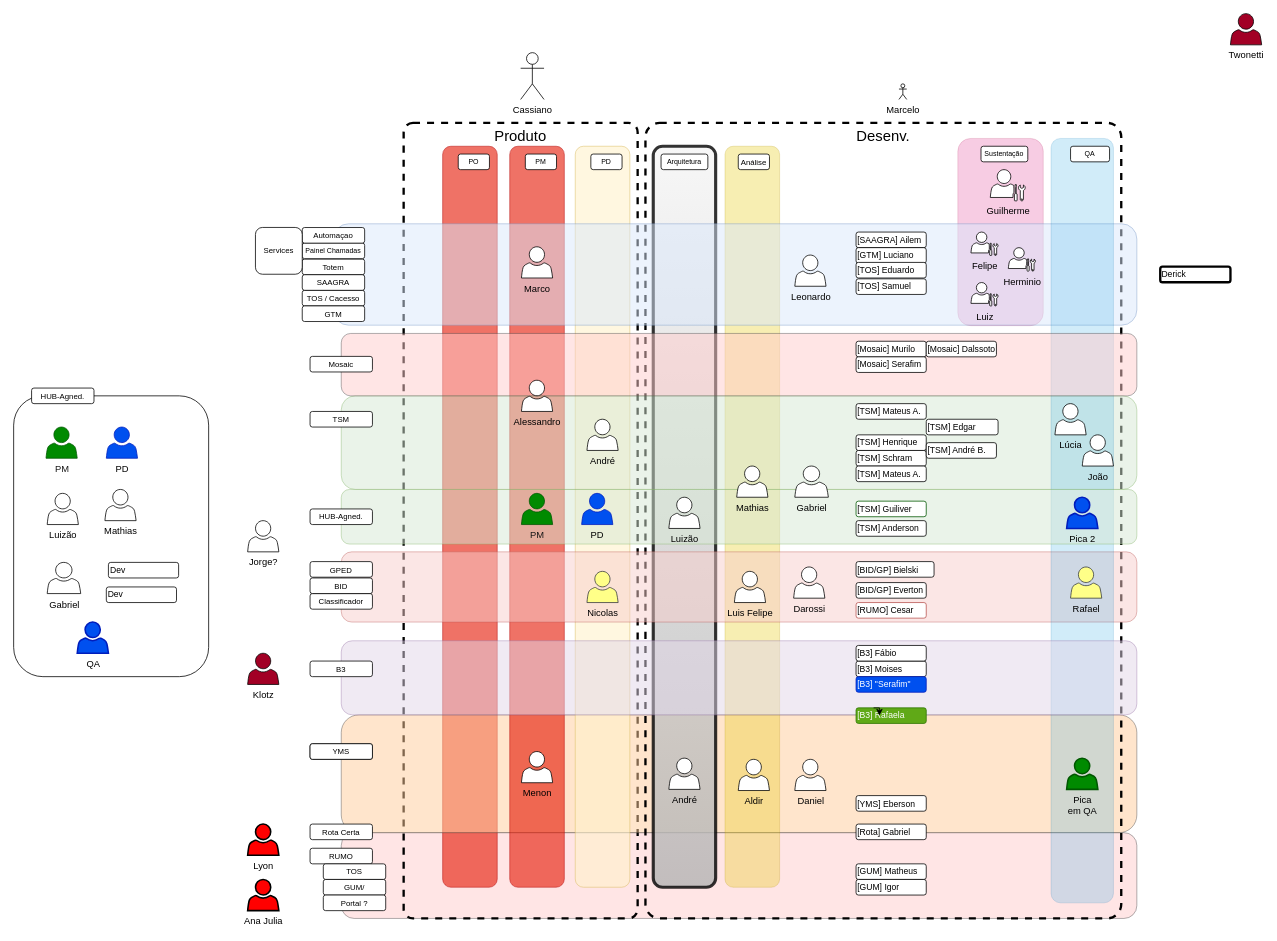
This is page "org" (3 of 7) of time_org_24.drawio from marcelopedroso/yms_tech, a draw.io file, before an edit. Source tidied: cells renumbered, new cells numbered last; positions are measured from the earlier drawing's top-left corner, leaving out a move shared by most shapes. Both pictures are drawn from the tidied source at 78%, with x=0, y=0 at pixel (13, 13).
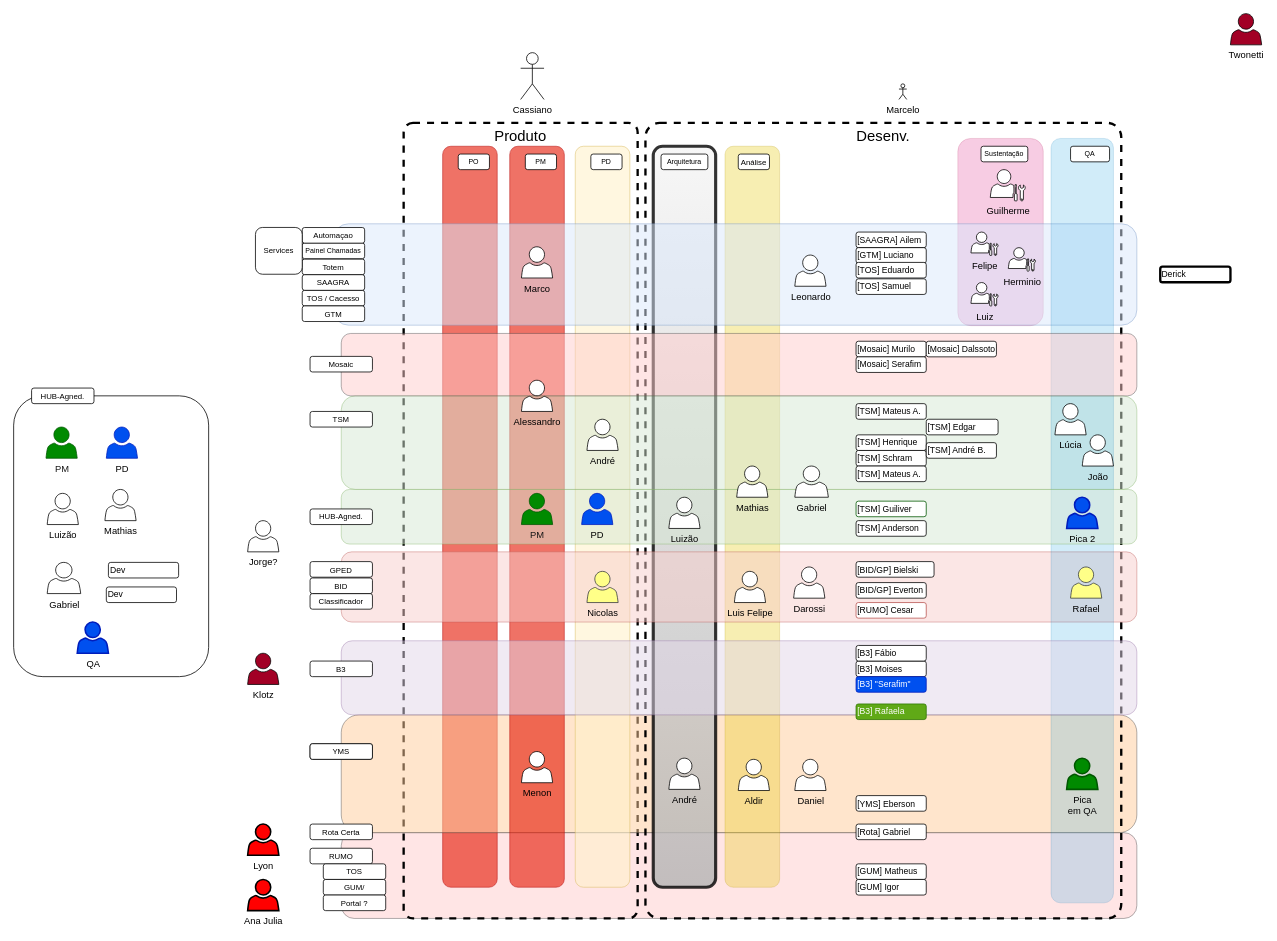
After the change.

Diff of the diagram source:
```diff
@@
     <mxCell id="79" value="[B3] Rafaela" style="rounded=1;whiteSpace=wrap;html=1;fontSize=11;align=left;fillColor=#60a917;strokeColor=#2D7600;fontColor=#ffffff;" parent="1" vertex="1">
-      <mxGeometry x="1080" y="890" width="90" height="20" as="geometry" />
+      <mxGeometry x="1080" y="885" width="90" height="20" as="geometry" />
     </mxCell>
@@
-    <mxCell id="116" style="edgeStyle=orthogonalEdgeStyle;rounded=0;orthogonalLoop=1;jettySize=auto;html=1;exitX=0.25;exitY=0;exitDx=0;exitDy=0;entryX=0.333;entryY=0.5;entryDx=0;entryDy=0;entryPerimeter=0;" parent="1" edge="1" source="79" target="79">
-      <mxGeometry relative="1" as="geometry" />
-    </mxCell>
```
